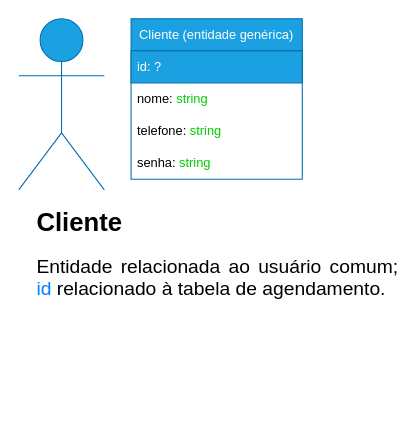
The draw.io diagram page "Cliente" (3 of 5) of documentação/ideias/diagrama_de_projeto.drawio in Creath-Noite-A/Agendamento-Documentacao, before the edit. Source tidied: cells renumbered, new cells numbered last; positions are measured from the earlier drawing's top-left corner, leaving out a move shared by most shapes. Both pictures are drawn from the tidied source at 107%, with x=0, y=0 at pixel (18, 18).
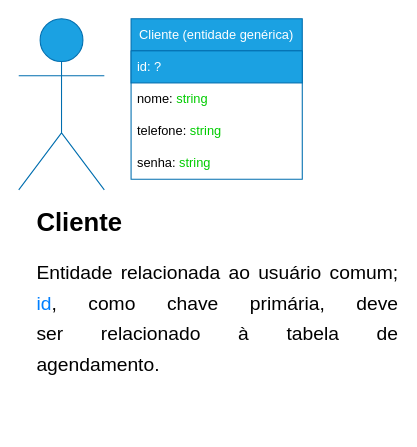
The same diagram, later.

What changed in the source:
```diff
@@
 <mxGraphModel>
   <root>
     <mxCell id="0" />
     <mxCell id="1" parent="0" />
     <mxCell id="2" value="Cliente (entidade genérica)" style="swimlane;fontStyle=0;horizontal=1;startSize=30;whiteSpace=wrap;html=1;fillColor=#1ba1e2;strokeColor=#006EAF;fontColor=#ffffff;" parent="1" vertex="1">
       <mxGeometry x="105" width="160" height="150" as="geometry" />
     </mxCell>
     <mxCell id="3" value="id: ?" style="text;strokeColor=#006EAF;fillColor=#1ba1e2;align=left;verticalAlign=middle;spacingLeft=4;spacingRight=4;overflow=hidden;whiteSpace=wrap;html=1;fontColor=#ffffff;" parent="2" vertex="1">
       <mxGeometry y="30" width="160" height="30" as="geometry" />
     </mxCell>
     <mxCell id="4" value="nome: &lt;font color=&quot;#00cc00&quot;&gt;string&lt;/font&gt;" style="text;strokeColor=none;fillColor=none;align=left;verticalAlign=middle;spacingLeft=4;spacingRight=4;overflow=hidden;whiteSpace=wrap;html=1;" parent="2" vertex="1">
       <mxGeometry y="60" width="160" height="30" as="geometry" />
     </mxCell>
     <mxCell id="5" value="telefone:&amp;nbsp;&lt;span style=&quot;color: rgb(0, 204, 0);&quot;&gt;string&lt;/span&gt;" style="text;strokeColor=none;fillColor=none;align=left;verticalAlign=middle;spacingLeft=4;spacingRight=4;overflow=hidden;whiteSpace=wrap;html=1;" parent="2" vertex="1">
       <mxGeometry y="90" width="160" height="30" as="geometry" />
     </mxCell>
     <mxCell id="6" value="senha:&amp;nbsp;&lt;span style=&quot;color: rgb(0, 204, 0);&quot;&gt;string&lt;/span&gt;" style="text;strokeColor=none;fillColor=none;align=left;verticalAlign=middle;spacingLeft=4;spacingRight=4;overflow=hidden;whiteSpace=wrap;html=1;" parent="2" vertex="1">
       <mxGeometry y="120" width="160" height="30" as="geometry" />
     </mxCell>
-    <mxCell id="7" value="&lt;h1 style=&quot;text-align: justify; margin-top: 0px;&quot;&gt;&lt;span style=&quot;background-color: initial;&quot;&gt;&lt;font style=&quot;font-size: 24px;&quot;&gt;Cliente&lt;/font&gt;&lt;/span&gt;&lt;/h1&gt;&lt;div style=&quot;text-align: justify;&quot;&gt;&lt;font style=&quot;font-size: 18px;&quot;&gt;Entidade relacionada ao usuário comum; &lt;font color=&quot;#007fff&quot;&gt;id&amp;nbsp;&lt;/font&gt;relacionado à tabela de agendamento.&amp;nbsp;&lt;/font&gt;&lt;/div&gt;" style="text;html=1;whiteSpace=wrap;overflow=hidden;rounded=0;" parent="1" vertex="1">
+    <mxCell id="7" value="&lt;h1 style=&quot;text-align: justify; margin-top: 0px;&quot;&gt;&lt;span style=&quot;background-color: initial;&quot;&gt;Cliente&lt;/span&gt;&lt;/h1&gt;&lt;h1 style=&quot;text-align: justify; margin-top: 0px;&quot;&gt;&lt;span style=&quot;font-size: 18px; background-color: initial; font-weight: normal;&quot;&gt;Entidade relacionada ao usuário comum; &lt;/span&gt;&lt;font style=&quot;font-size: 18px; background-color: initial; font-weight: normal;&quot; color=&quot;#007fff&quot;&gt;id&lt;/font&gt;&lt;span style=&quot;font-size: 18px; background-color: initial; font-weight: normal;&quot;&gt;, como chave primária, deve ser&amp;nbsp;relacionado à tabela de agendamento.&amp;nbsp;&lt;/span&gt;&lt;br&gt;&lt;/h1&gt;" style="text;html=1;whiteSpace=wrap;overflow=hidden;rounded=0;" parent="1" vertex="1">
       <mxGeometry x="15" y="170" width="340" height="210" as="geometry" />
     </mxCell>
     <mxCell id="8" style="shape=umlActor;verticalLabelPosition=bottom;verticalAlign=top;html=1;fillColor=#1ba1e2;strokeColor=#006EAF;fontColor=#ffffff;" parent="1" vertex="1">
       <mxGeometry width="80" height="160" as="geometry" />
     </mxCell>
   </root>
 </mxGraphModel>
```
